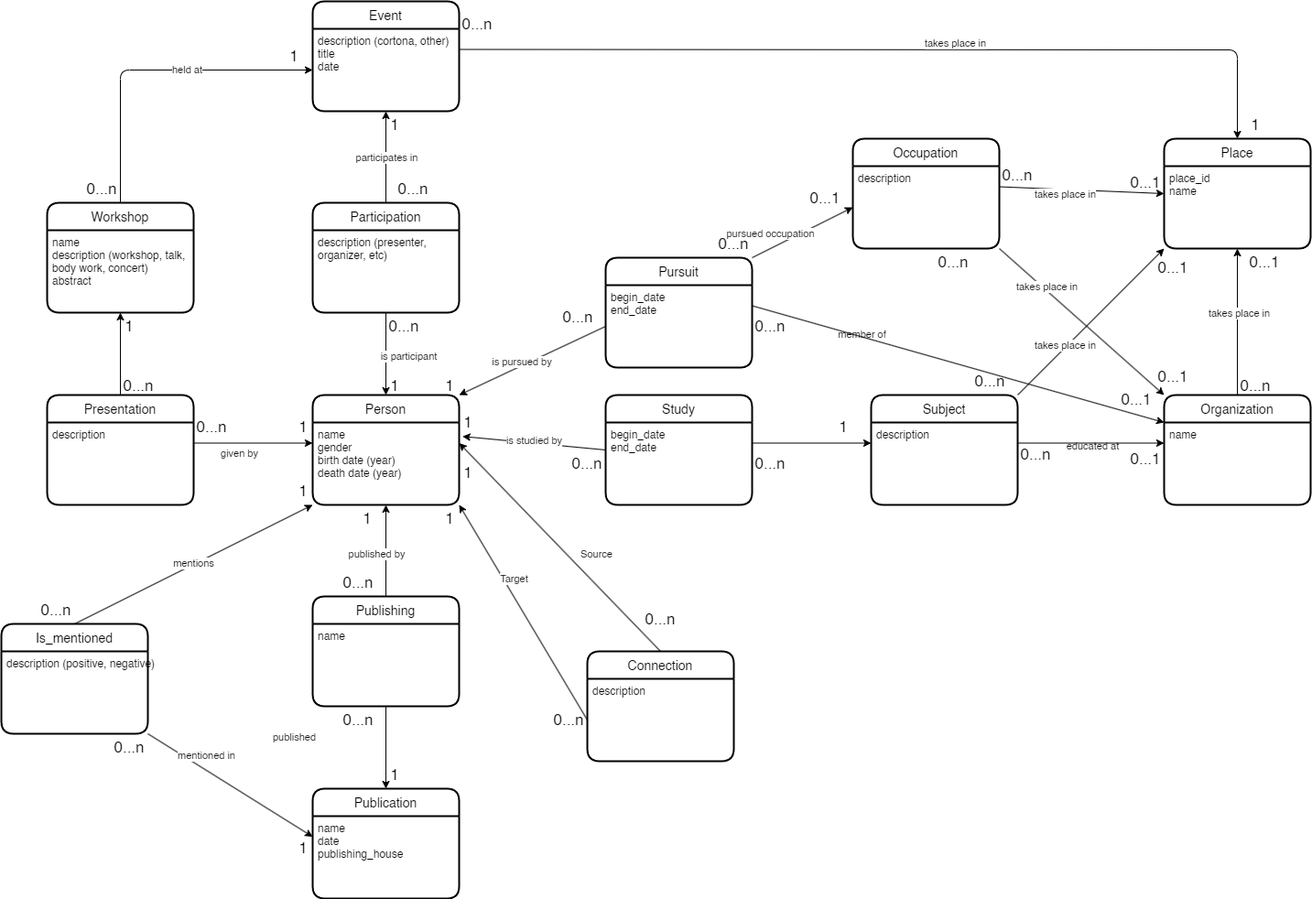
Earlier version of the draw.io export database/uml_class_diagram_cortona.png (ubiquinter/digital_history). Source tidied: cells renumbered, new cells last; positions are measured from the earlier drawing's top-left corner, leaving out a move shared by most shapes.
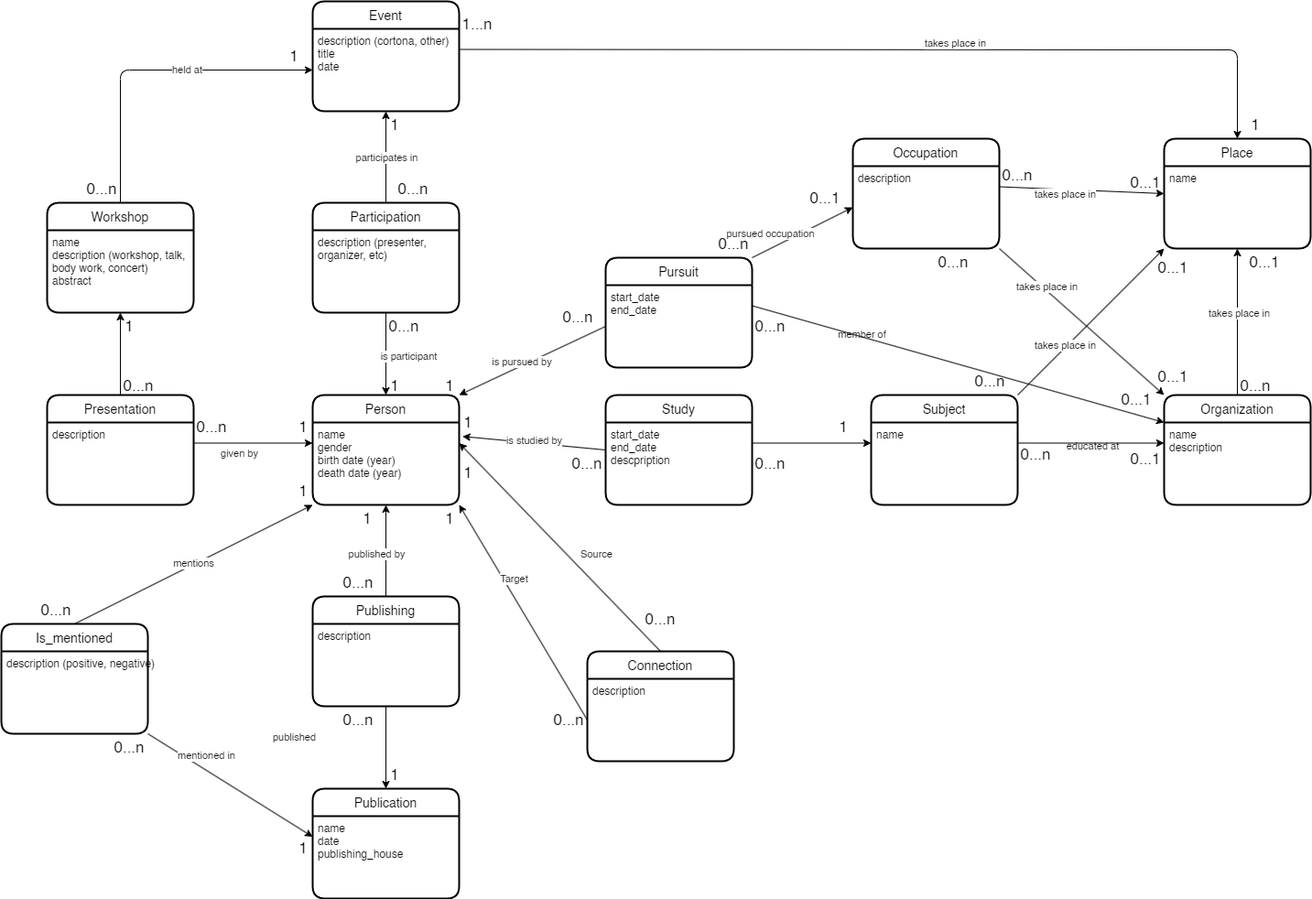
Above is the later version.

The edit, as a diff of the source:
```diff
@@ -14,7 +14,7 @@
     <mxCell id="5" value="Organization" style="swimlane;horizontal=1;startSize=30;rounded=1;fontSize=14;fontStyle=0;strokeWidth=2;shadow=0;dashed=0;align=center;" parent="1" vertex="1">
       <mxGeometry x="1270" y="430" width="160" height="120" as="geometry" />
     </mxCell>
-    <mxCell id="6" value="name&#10;" style="align=left;strokeColor=none;fillColor=none;spacingLeft=4;fontSize=12;verticalAlign=top;" parent="5" vertex="1">
+    <mxCell id="6" value="name&#10;description" style="align=left;strokeColor=none;fillColor=none;spacingLeft=4;fontSize=12;verticalAlign=top;" parent="5" vertex="1">
       <mxGeometry y="30" width="160" height="90" as="geometry" />
     </mxCell>
     <mxCell id="7" style="edgeStyle=none;html=1;exitX=1;exitY=0;exitDx=0;exitDy=0;entryX=0;entryY=0.5;entryDx=0;entryDy=0;" parent="1" edge="1" source="8" target="12">
@@ -23,7 +23,7 @@
     <mxCell id="8" value="Pursuit" style="swimlane;horizontal=1;startSize=30;rounded=1;fontSize=14;fontStyle=0;strokeWidth=2;shadow=0;dashed=0;align=center;" parent="1" vertex="1">
       <mxGeometry x="660" y="280" width="160" height="120" as="geometry" />
     </mxCell>
-    <mxCell id="9" value="begin_date&#10;end_date&#10;" style="align=left;strokeColor=none;fillColor=none;spacingLeft=4;fontSize=12;verticalAlign=top;" parent="8" vertex="1">
+    <mxCell id="9" value="start_date&#10;end_date&#10;" style="align=left;strokeColor=none;fillColor=none;spacingLeft=4;fontSize=12;verticalAlign=top;" parent="8" vertex="1">
       <mxGeometry y="30" width="160" height="90" as="geometry" />
     </mxCell>
     <mxCell id="10" style="edgeStyle=none;html=1;exitX=1;exitY=0;exitDx=0;exitDy=0;entryX=0;entryY=1;entryDx=0;entryDy=0;" parent="1" edge="1" source="92" target="20">
@@ -60,7 +60,7 @@
     <mxCell id="19" value="Place" style="swimlane;horizontal=1;startSize=30;rounded=1;fontSize=14;fontStyle=0;strokeWidth=2;shadow=0;dashed=0;align=center;" parent="1" vertex="1">
       <mxGeometry x="1270" y="150" width="160" height="120" as="geometry" />
     </mxCell>
-    <mxCell id="20" value="place_id&#10;name" style="align=left;strokeColor=none;fillColor=none;spacingLeft=4;fontSize=12;verticalAlign=top;" parent="19" vertex="1">
+    <mxCell id="20" value="name" style="align=left;strokeColor=none;fillColor=none;spacingLeft=4;fontSize=12;verticalAlign=top;" parent="19" vertex="1">
       <mxGeometry y="30" width="160" height="90" as="geometry" />
     </mxCell>
     <mxCell id="21" style="edgeStyle=none;html=1;exitX=0.5;exitY=0;exitDx=0;exitDy=0;entryX=0;entryY=0.5;entryDx=0;entryDy=0;" parent="1" edge="1" source="22" target="18">
@@ -124,7 +124,7 @@
     <mxCell id="39" value="&lt;font style=&quot;font-size: 17px;&quot;&gt;1&lt;/font&gt;" style="text;html=1;strokeColor=none;fillColor=none;align=center;verticalAlign=middle;whiteSpace=wrap;rounded=0;" parent="1" vertex="1">
       <mxGeometry x="1340" y="120" width="60" height="30" as="geometry" />
     </mxCell>
-    <mxCell id="40" value="&lt;font style=&quot;font-size: 17px;&quot;&gt;0...n&lt;/font&gt;" style="text;html=1;strokeColor=none;fillColor=none;align=center;verticalAlign=middle;whiteSpace=wrap;rounded=0;" parent="1" vertex="1">
+    <mxCell id="40" value="&lt;font style=&quot;font-size: 17px;&quot;&gt;1...n&lt;/font&gt;" style="text;html=1;strokeColor=none;fillColor=none;align=center;verticalAlign=middle;whiteSpace=wrap;rounded=0;" parent="1" vertex="1">
       <mxGeometry x="490" y="10" width="60" height="30" as="geometry" />
     </mxCell>
     <mxCell id="41" value="&lt;font style=&quot;font-size: 17px;&quot;&gt;1&lt;/font&gt;" style="text;html=1;strokeColor=none;fillColor=none;align=center;verticalAlign=middle;whiteSpace=wrap;rounded=0;" parent="1" vertex="1">
@@ -309,13 +309,13 @@
     <mxCell id="90" value="Study" style="swimlane;horizontal=1;startSize=30;rounded=1;fontSize=14;fontStyle=0;strokeWidth=2;shadow=0;dashed=0;align=center;" parent="1" vertex="1">
       <mxGeometry x="660" y="430" width="160" height="120" as="geometry" />
     </mxCell>
-    <mxCell id="91" value="begin_date&#10;end_date&#10;" style="align=left;strokeColor=none;fillColor=none;spacingLeft=4;fontSize=12;verticalAlign=top;" parent="90" vertex="1">
+    <mxCell id="91" value="start_date&#10;end_date&#10;descpription" style="align=left;strokeColor=none;fillColor=none;spacingLeft=4;fontSize=12;verticalAlign=top;" parent="90" vertex="1">
       <mxGeometry y="30" width="160" height="90" as="geometry" />
     </mxCell>
     <mxCell id="92" value="Subject" style="swimlane;horizontal=1;startSize=30;rounded=1;fontSize=14;fontStyle=0;strokeWidth=2;shadow=0;dashed=0;align=center;" parent="1" vertex="1">
       <mxGeometry x="950" y="430" width="160" height="120" as="geometry" />
     </mxCell>
-    <mxCell id="93" value="description" style="align=left;strokeColor=none;fillColor=none;spacingLeft=4;fontSize=12;verticalAlign=top;" parent="92" vertex="1">
+    <mxCell id="93" value="name" style="align=left;strokeColor=none;fillColor=none;spacingLeft=4;fontSize=12;verticalAlign=top;" parent="92" vertex="1">
       <mxGeometry y="30" width="160" height="90" as="geometry" />
     </mxCell>
     <mxCell id="94" style="edgeStyle=none;html=1;exitX=1;exitY=0.25;exitDx=0;exitDy=0;entryX=0;entryY=0.25;entryDx=0;entryDy=0;" parent="1" edge="1" source="93" target="6">
@@ -345,7 +345,7 @@
     <mxCell id="102" value="Publishing" style="swimlane;horizontal=1;startSize=30;rounded=1;fontSize=14;fontStyle=0;strokeWidth=2;shadow=0;dashed=0;align=center;" parent="1" vertex="1">
       <mxGeometry x="340" y="650" width="160" height="120" as="geometry" />
     </mxCell>
-    <mxCell id="103" value="name&#10;" style="align=left;strokeColor=none;fillColor=none;spacingLeft=4;fontSize=12;verticalAlign=top;" parent="102" vertex="1">
+    <mxCell id="103" value="description" style="align=left;strokeColor=none;fillColor=none;spacingLeft=4;fontSize=12;verticalAlign=top;" parent="102" vertex="1">
       <mxGeometry y="30" width="160" height="90" as="geometry" />
     </mxCell>
     <mxCell id="104" style="edgeStyle=none;html=1;exitX=0.5;exitY=1;exitDx=0;exitDy=0;entryX=0.5;entryY=0;entryDx=0;entryDy=0;" parent="1" edge="1" source="103" target="24">
```
